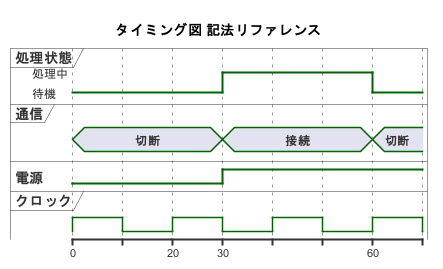
Earlier version of the PlantUML export Timing/_Template_Timing.png (O-TYAN64/plantuml-cheatsheet). Source of this version:
```plantuml
@startuml
title タイミング図 記法リファレンス

robust  "処理状態" as R
concise "通信"     as C
binary  "電源"     as P
clock   "クロック"  as CLK with period 20

@0
R is 待機
C is 切断
P is low

@30
R is 処理中
C is 接続
P is high

@60
R is 待機
C is 切断

@enduml
```
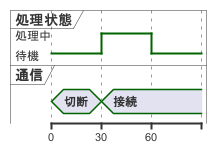
Above is the later version.

What changed in the source:
```diff
@@ -1,23 +1,13 @@
 @startuml
-title タイミング図 記法リファレンス
-
 robust  "処理状態" as R
 concise "通信"     as C
-binary  "電源"     as P
-clock   "クロック"  as CLK with period 20
 
 @0
 R is 待機
 C is 切断
-P is low
-
 @30
 R is 処理中
 C is 接続
-P is high
-
 @60
 R is 待機
-C is 切断
-
 @enduml
```
